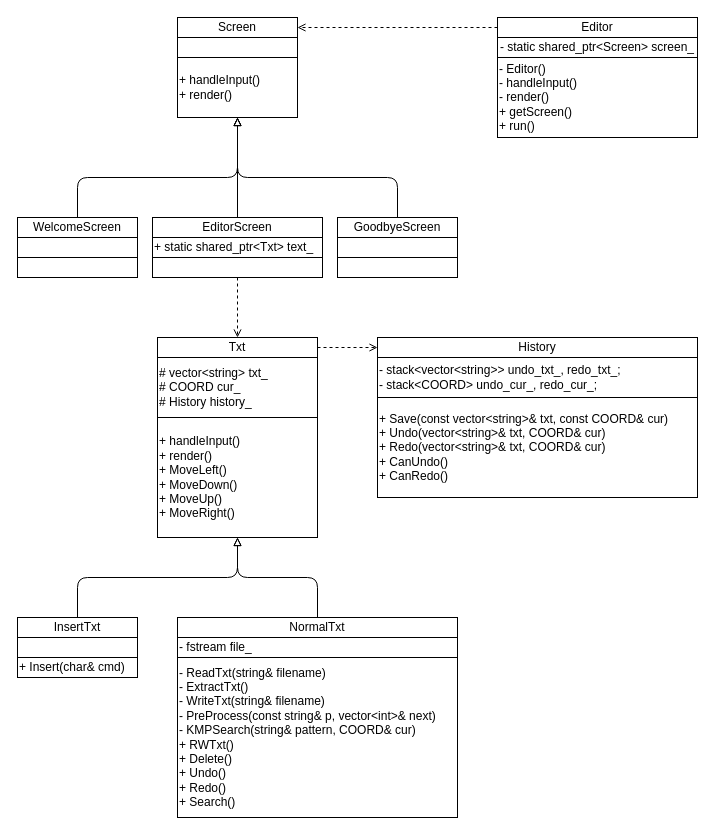
Above: assets/UML.drawio in lyj-fdu/FDVIM (draw.io), before the change. Source tidied: cells renumbered, new cells numbered last; positions are measured from the earlier drawing's top-left corner, leaving out a move shared by most shapes. Both pictures are drawn from the tidied source at 100%, with x=0, y=0 at pixel (17, 17).
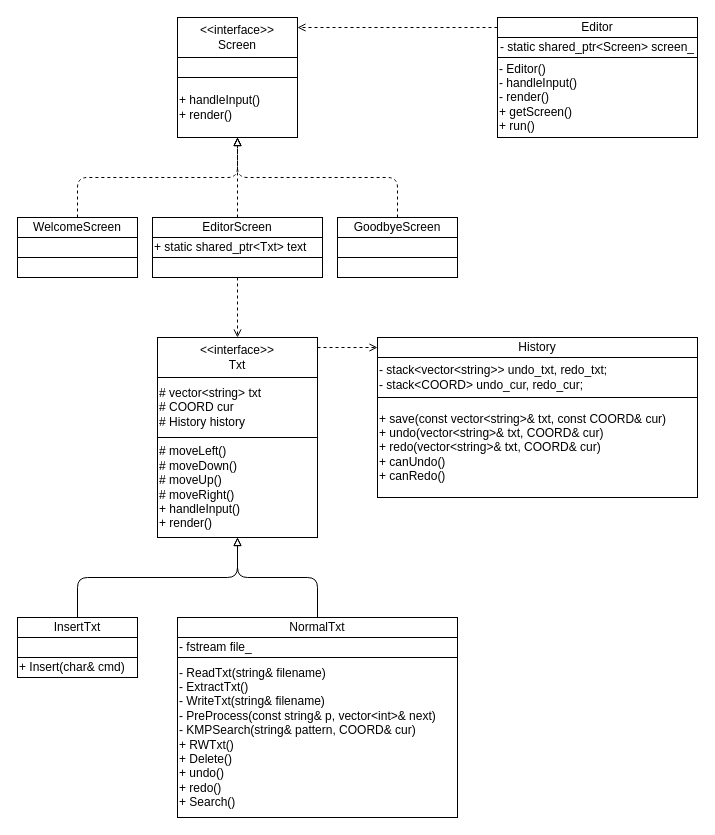
After the change.

Commit message (it also covers changes not shown here):
update interface Txt and Screen

The change refers to these unchanged cells:
```xml
<mxCell id="5" value="WelcomeScreen" style="rounded=0;whiteSpace=wrap;html=1;" parent="1" vertex="1">
  <mxGeometry y="200" width="120" height="20" as="geometry" />
</mxCell>
<mxCell id="7" value="EditorScreen" style="rounded=0;whiteSpace=wrap;html=1;" parent="1" vertex="1">
  <mxGeometry x="135" y="200" width="170" height="20" as="geometry" />
</mxCell>
<mxCell id="9" value="GoodbyeScreen" style="rounded=0;whiteSpace=wrap;html=1;" parent="1" vertex="1">
  <mxGeometry x="320" y="200" width="120" height="20" as="geometry" />
</mxCell>
<mxCell id="10" value="Editor" style="rounded=0;whiteSpace=wrap;html=1;" parent="1" vertex="1">
  <mxGeometry x="480" width="200" height="20" as="geometry" />
</mxCell>
<mxCell id="22" value="History" style="rounded=0;whiteSpace=wrap;html=1;" parent="1" vertex="1">
  <mxGeometry x="360" y="320" width="320" height="20" as="geometry" />
</mxCell>
```

What changed in the source:
```diff
@@
-    <mxCell id="2" value="Screen" style="rounded=0;whiteSpace=wrap;html=1;" parent="1" vertex="1">
-      <mxGeometry x="160" width="120" height="20" as="geometry" />
+    <mxCell id="2" value="&amp;lt;&amp;lt;interface&amp;gt;&amp;gt;&lt;br&gt;Screen" style="rounded=0;whiteSpace=wrap;html=1;" parent="1" vertex="1">
+      <mxGeometry x="160" width="120" height="40" as="geometry" />
     </mxCell>
     <mxCell id="3" value="&lt;div style=&quot;&quot;&gt;&lt;span style=&quot;background-color: initial;&quot;&gt;+ handleInput()&lt;/span&gt;&lt;/div&gt;&lt;div style=&quot;&quot;&gt;&lt;span style=&quot;background-color: initial;&quot;&gt;+ render()&lt;/span&gt;&lt;/div&gt;" style="rounded=0;whiteSpace=wrap;html=1;align=left;" parent="1" vertex="1">
-      <mxGeometry x="160" y="40" width="120" height="60" as="geometry" />
+      <mxGeometry x="160" y="60" width="120" height="60" as="geometry" />
     </mxCell>
-    <mxCell id="4" style="edgeStyle=none;html=1;exitX=0.5;exitY=0;exitDx=0;exitDy=0;entryX=0.5;entryY=1;entryDx=0;entryDy=0;endArrow=block;endFill=0;" parent="1" edge="1" source="5" target="3">
+    <mxCell id="4" style="edgeStyle=none;html=1;exitX=0.5;exitY=0;exitDx=0;exitDy=0;entryX=0.5;entryY=1;entryDx=0;entryDy=0;endArrow=block;endFill=0;dashed=1;" parent="1" edge="1" source="5" target="3">
       <mxGeometry relative="1" as="geometry">
         <Array as="points">
           <mxPoint x="60" y="160" />
           <mxPoint x="220" y="160" />
         </Array>
       </mxGeometry>
     </mxCell>
@@
-    <mxCell id="6" style="edgeStyle=none;html=1;exitX=0.5;exitY=0;exitDx=0;exitDy=0;endArrow=block;endFill=0;entryX=0.5;entryY=1;entryDx=0;entryDy=0;" parent="1" edge="1" source="7" target="3">
+    <mxCell id="6" style="edgeStyle=none;html=1;exitX=0.5;exitY=0;exitDx=0;exitDy=0;endArrow=block;endFill=0;entryX=0.5;entryY=1;entryDx=0;entryDy=0;dashed=1;" parent="1" edge="1" source="7" target="3">
       <mxGeometry relative="1" as="geometry" />
     </mxCell>
@@
-    <mxCell id="8" style="edgeStyle=none;html=1;exitX=0.5;exitY=0;exitDx=0;exitDy=0;entryX=0.5;entryY=1;entryDx=0;entryDy=0;endArrow=block;endFill=0;" parent="1" edge="1" source="9" target="3">
+    <mxCell id="8" style="edgeStyle=none;html=1;exitX=0.5;exitY=0;exitDx=0;exitDy=0;entryX=0.5;entryY=1;entryDx=0;entryDy=0;endArrow=block;endFill=0;dashed=1;" parent="1" edge="1" source="9" target="3">
       <mxGeometry relative="1" as="geometry">
         <Array as="points">
           <mxPoint x="380" y="160" />
           <mxPoint x="220" y="160" />
         </Array>
       </mxGeometry>
     </mxCell>
@@
-    <mxCell id="11" style="edgeStyle=none;html=1;exitX=0;exitY=0.5;exitDx=0;exitDy=0;entryX=1;entryY=0.5;entryDx=0;entryDy=0;endArrow=open;endFill=0;dashed=1;" parent="1" edge="1" source="10" target="2">
+    <mxCell id="11" style="edgeStyle=none;html=1;exitX=0;exitY=0.5;exitDx=0;exitDy=0;entryX=1;entryY=0.25;entryDx=0;entryDy=0;endArrow=open;endFill=0;dashed=1;" parent="1" edge="1" source="10" target="2">
       <mxGeometry relative="1" as="geometry" />
     </mxCell>
@@
-    <mxCell id="15" value="+ static shared_ptr&amp;lt;Txt&amp;gt; text_" style="rounded=0;whiteSpace=wrap;html=1;align=left;" parent="1" vertex="1">
+    <mxCell id="15" value="+ static shared_ptr&amp;lt;Txt&amp;gt; text" style="rounded=0;whiteSpace=wrap;html=1;align=left;" parent="1" vertex="1">
       <mxGeometry x="135" y="220" width="170" height="20" as="geometry" />
     </mxCell>
     <mxCell id="16" style="rounded=0;whiteSpace=wrap;html=1;" parent="1" vertex="1">
-      <mxGeometry x="160" y="20" width="120" height="20" as="geometry" />
+      <mxGeometry x="160" y="40" width="120" height="20" as="geometry" />
     </mxCell>
@@
-    <mxCell id="23" value="&lt;div style=&quot;&quot;&gt;&lt;div&gt;+ Save(const vector&amp;lt;string&amp;gt;&amp;amp; txt, const COORD&amp;amp; cur)&lt;/div&gt;&lt;div&gt;+ Undo(vector&amp;lt;string&amp;gt;&amp;amp; txt, COORD&amp;amp; cur)&lt;/div&gt;&lt;div&gt;+ Redo(vector&amp;lt;string&amp;gt;&amp;amp; txt, COORD&amp;amp; cur)&lt;/div&gt;&lt;div&gt;+ CanUndo()&lt;/div&gt;&lt;div&gt;+ CanRedo()&lt;/div&gt;&lt;/div&gt;" style="rounded=0;whiteSpace=wrap;html=1;align=left;" parent="1" vertex="1">
+    <mxCell id="23" value="&lt;div style=&quot;&quot;&gt;&lt;div&gt;+ save(const vector&amp;lt;string&amp;gt;&amp;amp; txt, const COORD&amp;amp; cur)&lt;/div&gt;&lt;div&gt;+ undo(vector&amp;lt;string&amp;gt;&amp;amp; txt, COORD&amp;amp; cur)&lt;/div&gt;&lt;div&gt;+ redo(vector&amp;lt;string&amp;gt;&amp;amp; txt, COORD&amp;amp; cur)&lt;/div&gt;&lt;div&gt;+ canUndo()&lt;/div&gt;&lt;div&gt;+ canRedo()&lt;/div&gt;&lt;/div&gt;" style="rounded=0;whiteSpace=wrap;html=1;align=left;" parent="1" vertex="1">
       <mxGeometry x="360" y="380" width="320" height="100" as="geometry" />
     </mxCell>
-    <mxCell id="24" value="&lt;div&gt;- stack&amp;lt;vector&amp;lt;string&amp;gt;&amp;gt; undo_txt_, redo_txt_;&amp;nbsp;&lt;/div&gt;&lt;div&gt;- stack&amp;lt;COORD&amp;gt; undo_cur_, redo_cur_;&lt;/div&gt;" style="rounded=0;whiteSpace=wrap;html=1;align=left;" parent="1" vertex="1">
+    <mxCell id="24" value="&lt;div&gt;- stack&amp;lt;vector&amp;lt;string&amp;gt;&amp;gt; undo_txt, redo_txt;&amp;nbsp;&lt;/div&gt;&lt;div&gt;- stack&amp;lt;COORD&amp;gt; undo_cur, redo_cur;&lt;/div&gt;" style="rounded=0;whiteSpace=wrap;html=1;align=left;" parent="1" vertex="1">
       <mxGeometry x="360" y="340" width="320" height="40" as="geometry" />
     </mxCell>
-    <mxCell id="25" style="edgeStyle=none;html=1;exitX=1;exitY=0.5;exitDx=0;exitDy=0;entryX=0;entryY=0.5;entryDx=0;entryDy=0;dashed=1;endArrow=open;endFill=0;" parent="1" edge="1" source="26" target="22">
+    <mxCell id="25" style="edgeStyle=none;html=1;exitX=1;exitY=0.25;exitDx=0;exitDy=0;entryX=0;entryY=0.5;entryDx=0;entryDy=0;dashed=1;endArrow=open;endFill=0;" parent="1" edge="1" source="26" target="22">
       <mxGeometry relative="1" as="geometry" />
     </mxCell>
-    <mxCell id="26" value="Txt" style="rounded=0;whiteSpace=wrap;html=1;" parent="1" vertex="1">
-      <mxGeometry x="140" y="320" width="160" height="20" as="geometry" />
+    <mxCell id="26" value="&amp;lt;&amp;lt;interface&amp;gt;&amp;gt;&lt;br&gt;Txt" style="rounded=0;whiteSpace=wrap;html=1;" parent="1" vertex="1">
+      <mxGeometry x="140" y="320" width="160" height="40" as="geometry" />
     </mxCell>
-    <mxCell id="27" value="&lt;div style=&quot;&quot;&gt;&lt;div&gt;+ handleInput()&lt;/div&gt;&lt;div&gt;+ render()&lt;/div&gt;&lt;div&gt;+ MoveLeft()&lt;/div&gt;&lt;div&gt;+ MoveDown()&lt;/div&gt;&lt;div&gt;+ MoveUp()&lt;/div&gt;&lt;div&gt;+ MoveRight()&lt;/div&gt;&lt;/div&gt;" style="rounded=0;whiteSpace=wrap;html=1;align=left;" parent="1" vertex="1">
-      <mxGeometry x="140" y="400" width="160" height="120" as="geometry" />
+    <mxCell id="27" value="&lt;div style=&quot;&quot;&gt;&lt;div&gt;&lt;div&gt;# moveLeft()&lt;/div&gt;&lt;div&gt;# moveDown()&lt;/div&gt;&lt;div&gt;# moveUp()&lt;/div&gt;&lt;div&gt;# moveRight()&lt;/div&gt;&lt;/div&gt;&lt;div&gt;+ handleInput()&lt;/div&gt;&lt;div&gt;+ render()&lt;/div&gt;&lt;/div&gt;" style="rounded=0;whiteSpace=wrap;html=1;align=left;" parent="1" vertex="1">
+      <mxGeometry x="140" y="420" width="160" height="100" as="geometry" />
     </mxCell>
-    <mxCell id="28" value="&lt;div&gt;# vector&amp;lt;string&amp;gt; txt_&lt;/div&gt;&lt;div&gt;# COORD cur_&lt;/div&gt;&lt;div&gt;# History history_&lt;/div&gt;" style="rounded=0;whiteSpace=wrap;html=1;align=left;" parent="1" vertex="1">
-      <mxGeometry x="140" y="340" width="160" height="60" as="geometry" />
+    <mxCell id="28" value="&lt;div&gt;# vector&amp;lt;string&amp;gt; txt&lt;/div&gt;&lt;div&gt;# COORD cur&lt;/div&gt;&lt;div&gt;# History history&lt;/div&gt;" style="rounded=0;whiteSpace=wrap;html=1;align=left;" parent="1" vertex="1">
+      <mxGeometry x="140" y="360" width="160" height="60" as="geometry" />
     </mxCell>
@@
-    <mxCell id="36" value="&lt;div&gt;- ReadTxt(string&amp;amp; filename)&lt;/div&gt;&lt;div&gt;- ExtractTxt()&lt;/div&gt;&lt;div&gt;- WriteTxt(string&amp;amp; filename)&lt;/div&gt;&lt;div&gt;- PreProcess(const string&amp;amp; p, vector&amp;lt;int&amp;gt;&amp;amp; next)&lt;/div&gt;&lt;div&gt;- KMPSearch(string&amp;amp; pattern, COORD&amp;amp; cur)&lt;/div&gt;&lt;div&gt;&lt;div&gt;+ RWTxt()&lt;/div&gt;&lt;div&gt;+ Delete()&lt;/div&gt;&lt;div&gt;+ Undo()&lt;/div&gt;&lt;div&gt;+ Redo()&lt;/div&gt;&lt;div&gt;+ Search()&lt;/div&gt;&lt;/div&gt;" style="rounded=0;whiteSpace=wrap;html=1;align=left;" parent="1" vertex="1">
+    <mxCell id="36" value="&lt;div&gt;- ReadTxt(string&amp;amp; filename)&lt;/div&gt;&lt;div&gt;- ExtractTxt()&lt;/div&gt;&lt;div&gt;- WriteTxt(string&amp;amp; filename)&lt;/div&gt;&lt;div&gt;- PreProcess(const string&amp;amp; p, vector&amp;lt;int&amp;gt;&amp;amp; next)&lt;/div&gt;&lt;div&gt;- KMPSearch(string&amp;amp; pattern, COORD&amp;amp; cur)&lt;/div&gt;&lt;div&gt;&lt;div&gt;+ RWTxt()&lt;/div&gt;&lt;div&gt;+ Delete()&lt;/div&gt;&lt;div&gt;+ undo()&lt;/div&gt;&lt;div&gt;+ redo()&lt;/div&gt;&lt;div&gt;+ Search()&lt;/div&gt;&lt;/div&gt;" style="rounded=0;whiteSpace=wrap;html=1;align=left;" parent="1" vertex="1">
       <mxGeometry x="160" y="640" width="280" height="160" as="geometry" />
     </mxCell>
```
